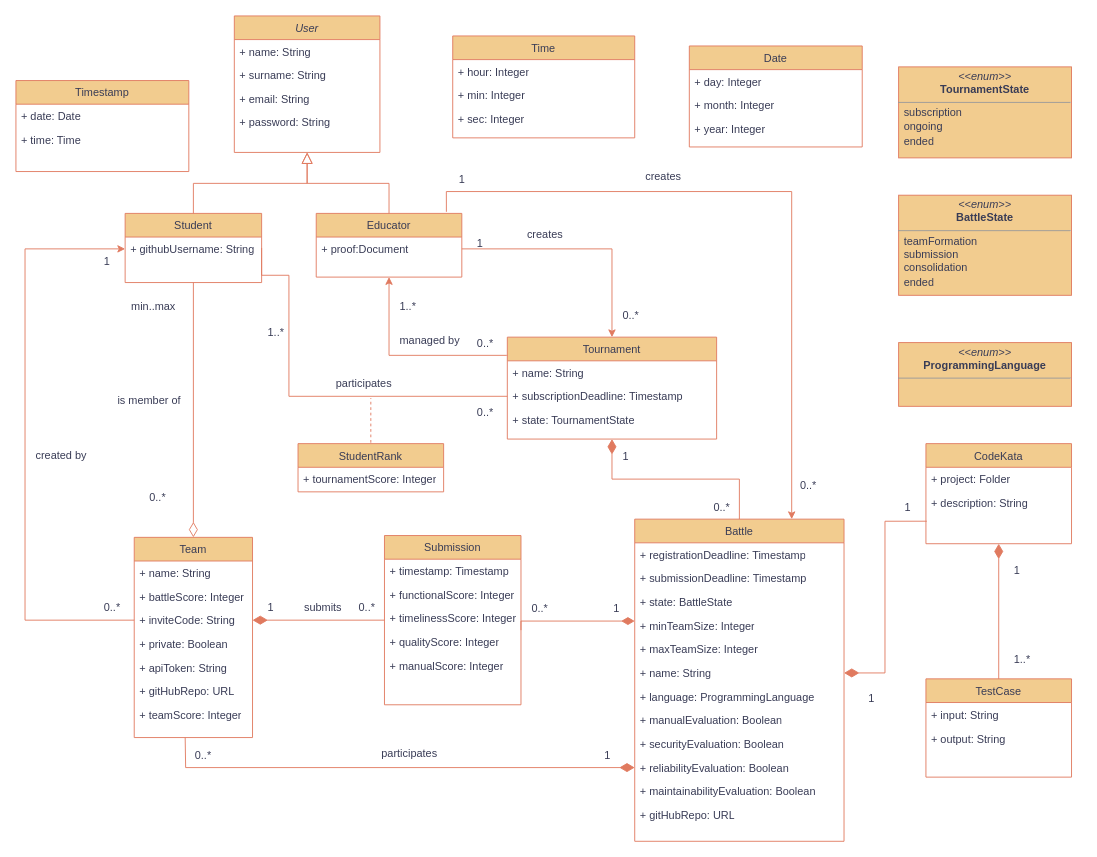
The draw.io diagram RASD/Diagrams/uml_v2.drawio in TommasoCapacci/SEII-2024-Capacci-Ginestroni, before the edit. Source tidied: cells renumbered, new cells numbered last; positions are measured from the earlier drawing's top-left corner, leaving out a move shared by most shapes. Both pictures are drawn from the tidied source at 91%, with x=0, y=0 at pixel (15, 15).
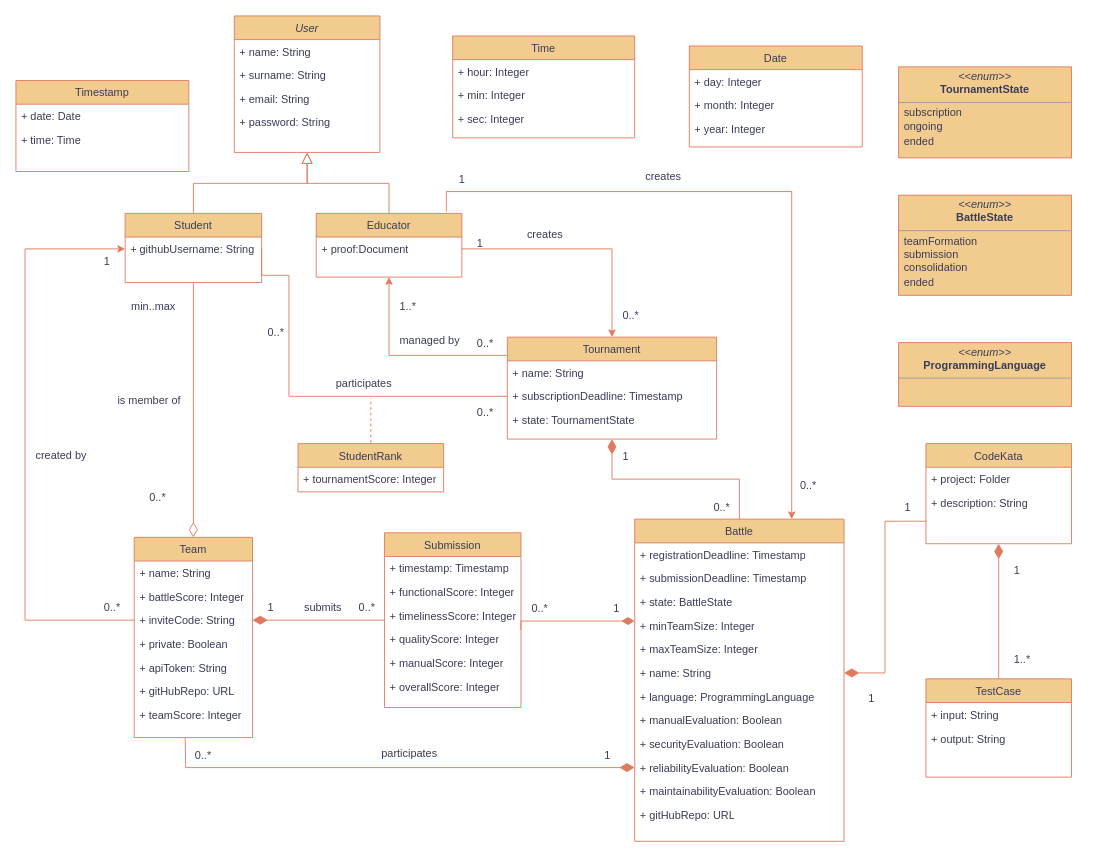
After the change.

Commit message (it also covers changes not shown here):
update UML cardinality and added overallScore to submission

The edit, as a diff of the source:
```diff
@@
     <mxCell id="49" value="Submission" style="swimlane;fontStyle=0;align=center;verticalAlign=top;horizontal=1;startSize=26;rounded=0;shadow=0;strokeWidth=1;labelBackgroundColor=none;whiteSpace=wrap;fillColor=#F2CC8F;strokeColor=#E07A5F;fontColor=#393C56;" parent="1" vertex="1">
-      <mxGeometry x="405" y="571" width="150" height="186" as="geometry" />
+      <mxGeometry x="405" y="568" width="150" height="192" as="geometry" />
     </mxCell>
@@
-    <mxCell id="55" value="&lt;div style=&quot;text-align: left;&quot;&gt;&lt;br&gt;&lt;/div&gt;" style="text;html=1;align=center;verticalAlign=middle;strokeColor=none;fillColor=none;labelBackgroundColor=none;rounded=0;fontColor=#393C56;" parent="49" vertex="1">
-      <mxGeometry y="156" width="150" height="30" as="geometry" />
-    </mxCell>
+    <mxCell id="121" value="+ overallScore: Integer&#10;&#10;" style="text;align=left;verticalAlign=top;spacingLeft=4;spacingRight=4;overflow=hidden;labelBackgroundColor=none;rounded=0;whiteSpace=wrap;fontColor=#393C56;" parent="49" vertex="1">
+      <mxGeometry y="156" width="150" height="26" as="geometry" />
+    </mxCell>
@@
-    <mxCell id="113" value="1..*" style="align=left;verticalAlign=bottom;labelBackgroundColor=none;fontSize=12;rounded=0;fillColor=#F2CC8F;strokeColor=#E07A5F;fontColor=#393C56;" parent="1" vertex="1">
+    <mxCell id="113" value="0..*" style="align=left;verticalAlign=bottom;labelBackgroundColor=none;fontSize=12;rounded=0;fillColor=#F2CC8F;strokeColor=#E07A5F;fontColor=#393C56;" parent="1" vertex="1">
       <mxGeometry x="250" y="341" as="geometry">
         <mxPoint x="25" y="15" as="offset" />
       </mxGeometry>
     </mxCell>
```
